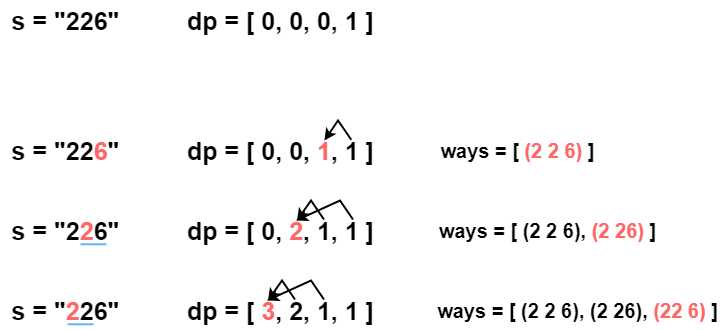
Before: Python3/img/DecodeWays.png, a diagram exported from draw.io (ashiven/leetcode-solutions). Source tidied: cells renumbered, new cells last; positions are measured from the earlier drawing's top-left corner, leaving out a move shared by most shapes. Its diagram source:
```xml
<mxGraphModel>
  <root>
    <mxCell id="0" />
    <mxCell id="1" parent="0" />
    <mxCell id="2" value="s = &quot;226&quot;" style="text;html=1;align=center;verticalAlign=middle;strokeColor=none;fillColor=none;fontStyle=1;fontSize=25;" parent="1" vertex="1">
      <mxGeometry x="0.5" width="130" height="40" as="geometry" />
    </mxCell>
    <mxCell id="3" value="dp = [ 0, 0, 0, 1 ]" style="text;html=1;align=center;verticalAlign=middle;strokeColor=none;fillColor=none;fontSize=25;fontStyle=1;" parent="1" vertex="1">
      <mxGeometry x="175.5" width="210" height="40" as="geometry" />
    </mxCell>
    <mxCell id="4" value="dp = [ 0, 0, &lt;font color=&quot;#ff6666&quot;&gt;1&lt;/font&gt;, 1 ]" style="text;html=1;align=center;verticalAlign=middle;strokeColor=none;fillColor=none;fontSize=25;fontStyle=1;" parent="1" vertex="1">
      <mxGeometry x="175.5" y="130" width="210" height="40" as="geometry" />
    </mxCell>
    <mxCell id="5" value="s = &quot;2&lt;font color=&quot;#ff6666&quot;&gt;2&lt;/font&gt;6&quot;" style="text;html=1;align=center;verticalAlign=middle;strokeColor=none;fillColor=none;fontStyle=1;fontSize=25;" parent="1" vertex="1">
      <mxGeometry x="0.5" y="210" width="130" height="40" as="geometry" />
    </mxCell>
    <mxCell id="6" value="dp = [ 0, &lt;font color=&quot;#ff6666&quot;&gt;2&lt;/font&gt;, 1, 1 ]" style="text;html=1;align=center;verticalAlign=middle;strokeColor=none;fillColor=none;fontSize=25;fontStyle=1;" parent="1" vertex="1">
      <mxGeometry x="175.5" y="210" width="210" height="40" as="geometry" />
    </mxCell>
    <mxCell id="7" value="s = &quot;22&lt;font color=&quot;#ff6666&quot;&gt;6&lt;/font&gt;&quot;" style="text;html=1;align=center;verticalAlign=middle;strokeColor=none;fillColor=none;fontStyle=1;fontSize=25;" parent="1" vertex="1">
      <mxGeometry x="0.5" y="130" width="130" height="40" as="geometry" />
    </mxCell>
    <mxCell id="8" value="dp = [ &lt;font color=&quot;#ff6666&quot;&gt;3&lt;/font&gt;, 2, 1, 1 ]" style="text;html=1;align=center;verticalAlign=middle;strokeColor=none;fillColor=none;fontSize=25;fontStyle=1;" parent="1" vertex="1">
      <mxGeometry x="175.5" y="290" width="210" height="40" as="geometry" />
    </mxCell>
    <mxCell id="9" value="s = &quot;&lt;font color=&quot;#ff6666&quot;&gt;2&lt;/font&gt;26&quot;" style="text;html=1;align=center;verticalAlign=middle;strokeColor=none;fillColor=none;fontStyle=1;fontSize=25;" parent="1" vertex="1">
      <mxGeometry x="0.5" y="290" width="130" height="40" as="geometry" />
    </mxCell>
    <mxCell id="10" style="endArrow=classic;html=1;rounded=0;strokeWidth=2;entryX=0.721;entryY=0;entryDx=0;entryDy=0;entryPerimeter=0;exitX=0.849;exitY=-0.02;exitDx=0;exitDy=0;exitPerimeter=0;" parent="1" edge="1">
      <mxGeometry relative="1" as="geometry">
        <mxPoint x="351.8" y="139.2" as="sourcePoint" />
        <mxPoint x="324.9" y="140" as="targetPoint" />
        <Array as="points">
          <mxPoint x="338.5" y="120" />
        </Array>
      </mxGeometry>
    </mxCell>
    <mxCell id="11" style="endArrow=classic;html=1;rounded=0;strokeWidth=2;entryX=0.721;entryY=0;entryDx=0;entryDy=0;entryPerimeter=0;exitX=0.849;exitY=-0.02;exitDx=0;exitDy=0;exitPerimeter=0;" parent="1" edge="1">
      <mxGeometry relative="1" as="geometry">
        <mxPoint x="324.5" y="219" as="sourcePoint" />
        <mxPoint x="297.5" y="220" as="targetPoint" />
        <Array as="points">
          <mxPoint x="311.5" y="200" />
        </Array>
      </mxGeometry>
    </mxCell>
    <mxCell id="12" style="endArrow=classic;html=1;rounded=0;strokeWidth=2;exitX=0.849;exitY=-0.02;exitDx=0;exitDy=0;exitPerimeter=0;" parent="1" edge="1">
      <mxGeometry relative="1" as="geometry">
        <mxPoint x="353.5" y="219" as="sourcePoint" />
        <mxPoint x="296.5" y="220" as="targetPoint" />
        <Array as="points">
          <mxPoint x="340.5" y="200" />
        </Array>
      </mxGeometry>
    </mxCell>
    <mxCell id="13" style="endArrow=classic;html=1;rounded=0;strokeWidth=2;entryX=0.721;entryY=0;entryDx=0;entryDy=0;entryPerimeter=0;exitX=0.849;exitY=-0.02;exitDx=0;exitDy=0;exitPerimeter=0;" parent="1" edge="1">
      <mxGeometry relative="1" as="geometry">
        <mxPoint x="295.5" y="299" as="sourcePoint" />
        <mxPoint x="268.5" y="300" as="targetPoint" />
        <Array as="points">
          <mxPoint x="282.5" y="280" />
        </Array>
      </mxGeometry>
    </mxCell>
    <mxCell id="14" style="endArrow=classic;html=1;rounded=0;strokeWidth=2;exitX=0.849;exitY=-0.02;exitDx=0;exitDy=0;exitPerimeter=0;" parent="1" edge="1">
      <mxGeometry relative="1" as="geometry">
        <mxPoint x="324.5" y="299" as="sourcePoint" />
        <mxPoint x="267.5" y="300" as="targetPoint" />
        <Array as="points">
          <mxPoint x="311.5" y="280" />
        </Array>
      </mxGeometry>
    </mxCell>
    <mxCell id="15" value="ways = [ &lt;font color=&quot;#ff6666&quot;&gt;(2 2 6)&lt;/font&gt; ]" style="text;html=1;align=center;verticalAlign=middle;strokeColor=none;fillColor=none;fontSize=20;fontStyle=1;" parent="1" vertex="1">
      <mxGeometry x="428" y="130" width="180" height="40" as="geometry" />
    </mxCell>
    <mxCell id="16" value="ways = [ (2 2 6), &lt;font color=&quot;#ff6666&quot;&gt;(2 26)&lt;/font&gt; ]" style="text;html=1;align=center;verticalAlign=middle;strokeColor=none;fillColor=none;fontSize=20;fontStyle=1;" parent="1" vertex="1">
      <mxGeometry x="428" y="210" width="240" height="40" as="geometry" />
    </mxCell>
    <mxCell id="17" value="ways = [ (2 2 6), (2 26), &lt;font color=&quot;#ff6666&quot;&gt;(22 6)&lt;/font&gt; ]" style="text;html=1;align=center;verticalAlign=middle;strokeColor=none;fillColor=none;fontSize=20;fontStyle=1;" parent="1" vertex="1">
      <mxGeometry x="428" y="290" width="300" height="40" as="geometry" />
    </mxCell>
    <mxCell id="18" style="endArrow=none;html=1;rounded=0;strokeWidth=2;strokeColor=#66B2FF;" parent="1" edge="1">
      <mxGeometry relative="1" as="geometry">
        <mxPoint x="81" y="243.8" as="sourcePoint" />
        <mxPoint x="107" y="243.8" as="targetPoint" />
      </mxGeometry>
    </mxCell>
    <mxCell id="19" style="endArrow=none;html=1;rounded=0;strokeWidth=2;strokeColor=#66B2FF;" parent="1" edge="1">
      <mxGeometry relative="1" as="geometry">
        <mxPoint x="68" y="323.8" as="sourcePoint" />
        <mxPoint x="94" y="323.8" as="targetPoint" />
      </mxGeometry>
    </mxCell>
  </root>
</mxGraphModel>
```
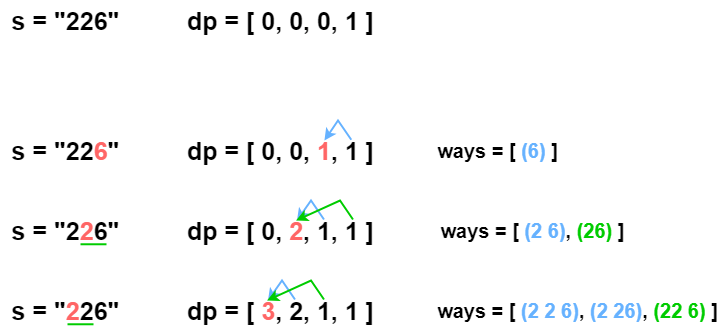
The same diagram one commit later.

Change to the diagram source:
```diff
@@ -26,7 +26,7 @@
     <mxCell id="9" value="s = &quot;&lt;font color=&quot;#ff6666&quot;&gt;2&lt;/font&gt;26&quot;" style="text;html=1;align=center;verticalAlign=middle;strokeColor=none;fillColor=none;fontStyle=1;fontSize=25;" parent="1" vertex="1">
       <mxGeometry x="0.5" y="290" width="130" height="40" as="geometry" />
     </mxCell>
-    <mxCell id="10" style="endArrow=classic;html=1;rounded=0;strokeWidth=2;entryX=0.721;entryY=0;entryDx=0;entryDy=0;entryPerimeter=0;exitX=0.849;exitY=-0.02;exitDx=0;exitDy=0;exitPerimeter=0;" parent="1" edge="1">
+    <mxCell id="10" style="endArrow=classic;html=1;rounded=0;strokeWidth=2;entryX=0.721;entryY=0;entryDx=0;entryDy=0;entryPerimeter=0;exitX=0.849;exitY=-0.02;exitDx=0;exitDy=0;exitPerimeter=0;strokeColor=#66B2FF;" parent="1" edge="1">
       <mxGeometry relative="1" as="geometry">
         <mxPoint x="351.8" y="139.2" as="sourcePoint" />
         <mxPoint x="324.9" y="140" as="targetPoint" />
@@ -35,7 +35,7 @@
         </Array>
       </mxGeometry>
     </mxCell>
-    <mxCell id="11" style="endArrow=classic;html=1;rounded=0;strokeWidth=2;entryX=0.721;entryY=0;entryDx=0;entryDy=0;entryPerimeter=0;exitX=0.849;exitY=-0.02;exitDx=0;exitDy=0;exitPerimeter=0;" parent="1" edge="1">
+    <mxCell id="11" style="endArrow=classic;html=1;rounded=0;strokeWidth=2;entryX=0.721;entryY=0;entryDx=0;entryDy=0;entryPerimeter=0;exitX=0.849;exitY=-0.02;exitDx=0;exitDy=0;exitPerimeter=0;strokeColor=#66B2FF;" parent="1" edge="1">
       <mxGeometry relative="1" as="geometry">
         <mxPoint x="324.5" y="219" as="sourcePoint" />
         <mxPoint x="297.5" y="220" as="targetPoint" />
@@ -44,7 +44,7 @@
         </Array>
       </mxGeometry>
     </mxCell>
-    <mxCell id="12" style="endArrow=classic;html=1;rounded=0;strokeWidth=2;exitX=0.849;exitY=-0.02;exitDx=0;exitDy=0;exitPerimeter=0;" parent="1" edge="1">
+    <mxCell id="12" style="endArrow=classic;html=1;rounded=0;strokeWidth=2;exitX=0.849;exitY=-0.02;exitDx=0;exitDy=0;exitPerimeter=0;strokeColor=#00CC00;" parent="1" edge="1">
       <mxGeometry relative="1" as="geometry">
         <mxPoint x="353.5" y="219" as="sourcePoint" />
         <mxPoint x="296.5" y="220" as="targetPoint" />
@@ -53,7 +53,7 @@
         </Array>
       </mxGeometry>
     </mxCell>
-    <mxCell id="13" style="endArrow=classic;html=1;rounded=0;strokeWidth=2;entryX=0.721;entryY=0;entryDx=0;entryDy=0;entryPerimeter=0;exitX=0.849;exitY=-0.02;exitDx=0;exitDy=0;exitPerimeter=0;" parent="1" edge="1">
+    <mxCell id="13" style="endArrow=classic;html=1;rounded=0;strokeWidth=2;entryX=0.721;entryY=0;entryDx=0;entryDy=0;entryPerimeter=0;exitX=0.849;exitY=-0.02;exitDx=0;exitDy=0;exitPerimeter=0;strokeColor=#66B2FF;" parent="1" edge="1">
       <mxGeometry relative="1" as="geometry">
         <mxPoint x="295.5" y="299" as="sourcePoint" />
         <mxPoint x="268.5" y="300" as="targetPoint" />
@@ -62,7 +62,7 @@
         </Array>
       </mxGeometry>
     </mxCell>
-    <mxCell id="14" style="endArrow=classic;html=1;rounded=0;strokeWidth=2;exitX=0.849;exitY=-0.02;exitDx=0;exitDy=0;exitPerimeter=0;" parent="1" edge="1">
+    <mxCell id="14" style="endArrow=classic;html=1;rounded=0;strokeWidth=2;exitX=0.849;exitY=-0.02;exitDx=0;exitDy=0;exitPerimeter=0;strokeColor=#00CC00;" parent="1" edge="1">
       <mxGeometry relative="1" as="geometry">
         <mxPoint x="324.5" y="299" as="sourcePoint" />
         <mxPoint x="267.5" y="300" as="targetPoint" />
@@ -71,22 +71,22 @@
         </Array>
       </mxGeometry>
     </mxCell>
-    <mxCell id="15" value="ways = [ &lt;font color=&quot;#ff6666&quot;&gt;(2 2 6)&lt;/font&gt; ]" style="text;html=1;align=center;verticalAlign=middle;strokeColor=none;fillColor=none;fontSize=20;fontStyle=1;" parent="1" vertex="1">
-      <mxGeometry x="428" y="130" width="180" height="40" as="geometry" />
+    <mxCell id="15" value="ways = [ &lt;font color=&quot;#66b2ff&quot;&gt;(6)&lt;/font&gt; ]" style="text;html=1;align=center;verticalAlign=middle;strokeColor=none;fillColor=none;fontSize=20;fontStyle=1;" parent="1" vertex="1">
+      <mxGeometry x="428" y="130" width="140" height="40" as="geometry" />
     </mxCell>
-    <mxCell id="16" value="ways = [ (2 2 6), &lt;font color=&quot;#ff6666&quot;&gt;(2 26)&lt;/font&gt; ]" style="text;html=1;align=center;verticalAlign=middle;strokeColor=none;fillColor=none;fontSize=20;fontStyle=1;" parent="1" vertex="1">
-      <mxGeometry x="428" y="210" width="240" height="40" as="geometry" />
+    <mxCell id="16" value="ways = [ &lt;font color=&quot;#66b2ff&quot;&gt;(2 6)&lt;/font&gt;, &lt;font color=&quot;#00cc00&quot;&gt;(26)&lt;/font&gt; ]" style="text;html=1;align=center;verticalAlign=middle;strokeColor=none;fillColor=none;fontSize=20;fontStyle=1;" parent="1" vertex="1">
+      <mxGeometry x="428" y="210" width="210" height="40" as="geometry" />
     </mxCell>
-    <mxCell id="17" value="ways = [ (2 2 6), (2 26), &lt;font color=&quot;#ff6666&quot;&gt;(22 6)&lt;/font&gt; ]" style="text;html=1;align=center;verticalAlign=middle;strokeColor=none;fillColor=none;fontSize=20;fontStyle=1;" parent="1" vertex="1">
+    <mxCell id="17" value="ways = [ &lt;font color=&quot;#66b2ff&quot;&gt;(2 2 6)&lt;/font&gt;, &lt;font color=&quot;#66b2ff&quot;&gt;(2 26)&lt;/font&gt;, &lt;font color=&quot;#00cc00&quot;&gt;(22 6)&lt;/font&gt; ]" style="text;html=1;align=center;verticalAlign=middle;strokeColor=none;fillColor=none;fontSize=20;fontStyle=1;" parent="1" vertex="1">
       <mxGeometry x="428" y="290" width="300" height="40" as="geometry" />
     </mxCell>
-    <mxCell id="18" style="endArrow=none;html=1;rounded=0;strokeWidth=2;strokeColor=#66B2FF;" parent="1" edge="1">
+    <mxCell id="18" style="endArrow=none;html=1;rounded=0;strokeWidth=2;strokeColor=#00CC00;" parent="1" edge="1">
       <mxGeometry relative="1" as="geometry">
         <mxPoint x="81" y="243.8" as="sourcePoint" />
         <mxPoint x="107" y="243.8" as="targetPoint" />
       </mxGeometry>
     </mxCell>
-    <mxCell id="19" style="endArrow=none;html=1;rounded=0;strokeWidth=2;strokeColor=#66B2FF;" parent="1" edge="1">
+    <mxCell id="19" style="endArrow=none;html=1;rounded=0;strokeWidth=2;strokeColor=#00CC00;" parent="1" edge="1">
       <mxGeometry relative="1" as="geometry">
         <mxPoint x="68" y="323.8" as="sourcePoint" />
         <mxPoint x="94" y="323.8" as="targetPoint" />
```
